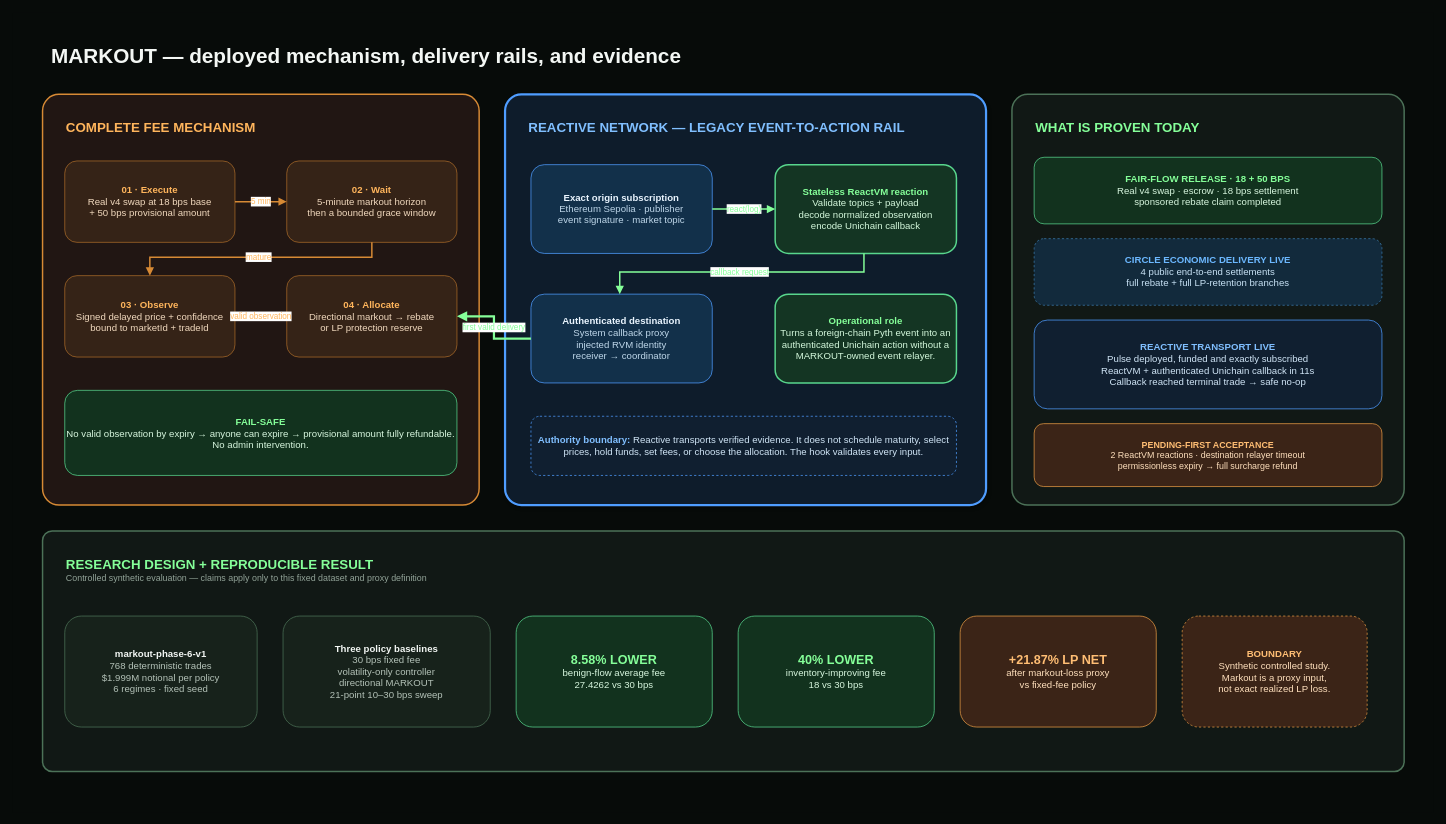
Above: page "02 Technical + Evidence" (2 of 2) of docs/diagrams/MARKOUT_ARCHITECTURE.drawio in RudraBhaskar9439/markout-hook (draw.io), before the change. Source tidied: cells renumbered, new cells numbered last; positions are measured from the earlier drawing's top-left corner, leaving out a move shared by most shapes. Both pictures are drawn from the tidied source at 74%, with x=0, y=0 at pixel (13, 13).
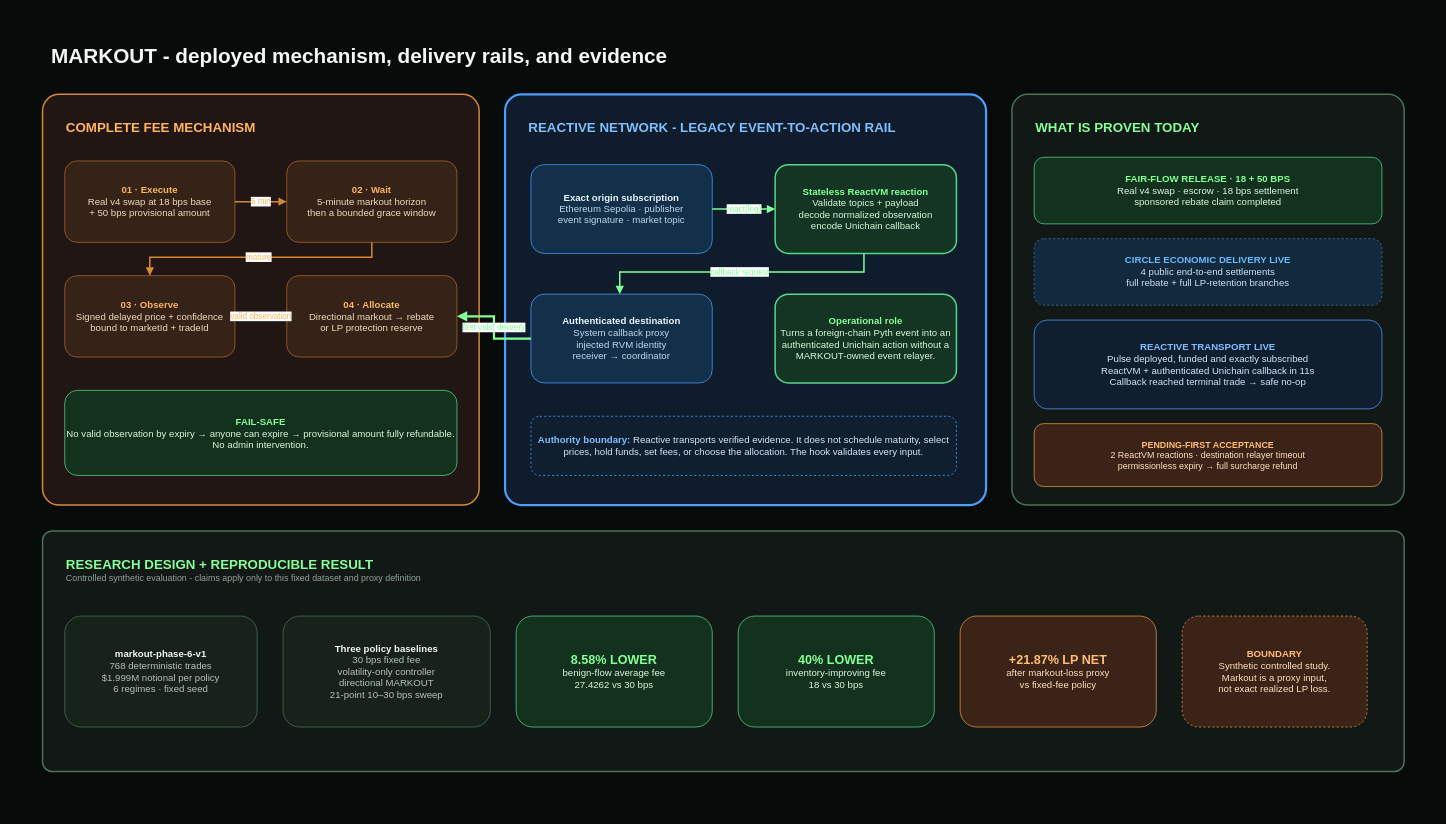
Above is the later version.

Diff of the diagram source:
```diff
@@
-    <mxCell id="4" value="&lt;font color=&quot;#F3F7F4&quot; style=&quot;font-size: 28px;&quot;&gt;&lt;b&gt;MARKOUT — deployed mechanism, delivery rails, and evidence&lt;/b&gt;&lt;/font&gt;" style="text;html=1;align=left;verticalAlign=middle;whiteSpace=wrap;" parent="2" vertex="1">
+    <mxCell id="4" value="&lt;font color=&quot;#F3F7F4&quot; style=&quot;font-size: 28px;&quot;&gt;&lt;b&gt;MARKOUT - deployed mechanism, delivery rails, and evidence&lt;/b&gt;&lt;/font&gt;" style="text;html=1;align=left;verticalAlign=middle;whiteSpace=wrap;" parent="2" vertex="1">
       <mxGeometry x="50" y="30" width="1300" height="55" as="geometry" />
     </mxCell>
@@
-    <mxCell id="13" value="&lt;font color=&quot;#80BFFF&quot; style=&quot;font-size: 18px;&quot;&gt;&lt;b&gt;REACTIVE NETWORK — LEGACY EVENT-TO-ACTION RAIL&lt;/b&gt;&lt;/font&gt;" style="text;html=1;align=left;verticalAlign=middle;whiteSpace=wrap;" parent="2" vertex="1">
+    <mxCell id="13" value="&lt;font color=&quot;#80BFFF&quot; style=&quot;font-size: 18px;&quot;&gt;&lt;b&gt;REACTIVE NETWORK - LEGACY EVENT-TO-ACTION RAIL&lt;/b&gt;&lt;/font&gt;" style="text;html=1;align=left;verticalAlign=middle;whiteSpace=wrap;" parent="2" vertex="1">
       <mxGeometry x="695" y="135" width="580" height="40" as="geometry" />
     </mxCell>
@@
-    <mxCell id="26" value="&lt;font color=&quot;#85FF99&quot; style=&quot;font-size: 18px;&quot;&gt;&lt;b&gt;RESEARCH DESIGN + REPRODUCIBLE RESULT&lt;/b&gt;&lt;/font&gt;&lt;br&gt;&lt;font color=&quot;#92A398&quot;&gt;Controlled synthetic evaluation — claims apply only to this fixed dataset and proxy definition&lt;/font&gt;" style="text;html=1;align=left;verticalAlign=middle;whiteSpace=wrap;" parent="2" vertex="1">
+    <mxCell id="26" value="&lt;font color=&quot;#85FF99&quot; style=&quot;font-size: 18px;&quot;&gt;&lt;b&gt;RESEARCH DESIGN + REPRODUCIBLE RESULT&lt;/b&gt;&lt;/font&gt;&lt;br&gt;&lt;font color=&quot;#92A398&quot;&gt;Controlled synthetic evaluation - claims apply only to this fixed dataset and proxy definition&lt;/font&gt;" style="text;html=1;align=left;verticalAlign=middle;whiteSpace=wrap;" parent="2" vertex="1">
       <mxGeometry x="70" y="725" width="900" height="55" as="geometry" />
     </mxCell>
```
